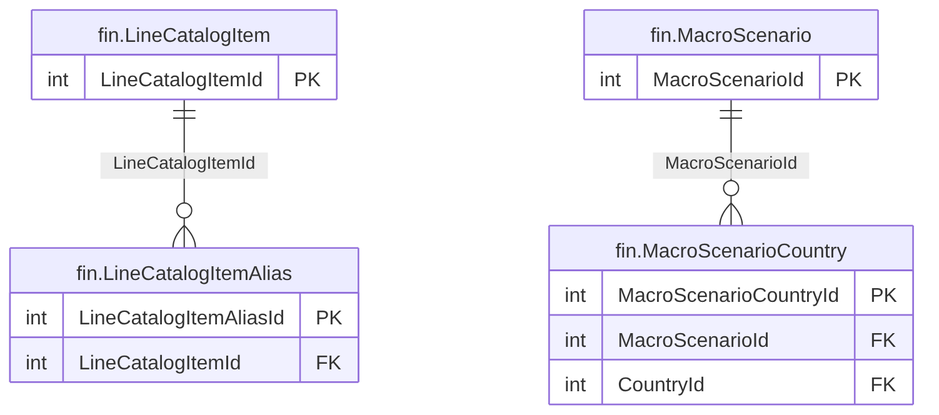
The Mermaid diagram treasury-platform/docs/diagrams/erd/m5_financials_8.png in thawrasy/smartlines, before a commit. Its source is kept beside it as treasury-platform/docs/diagrams/erd/m5_financials_8.mmd.
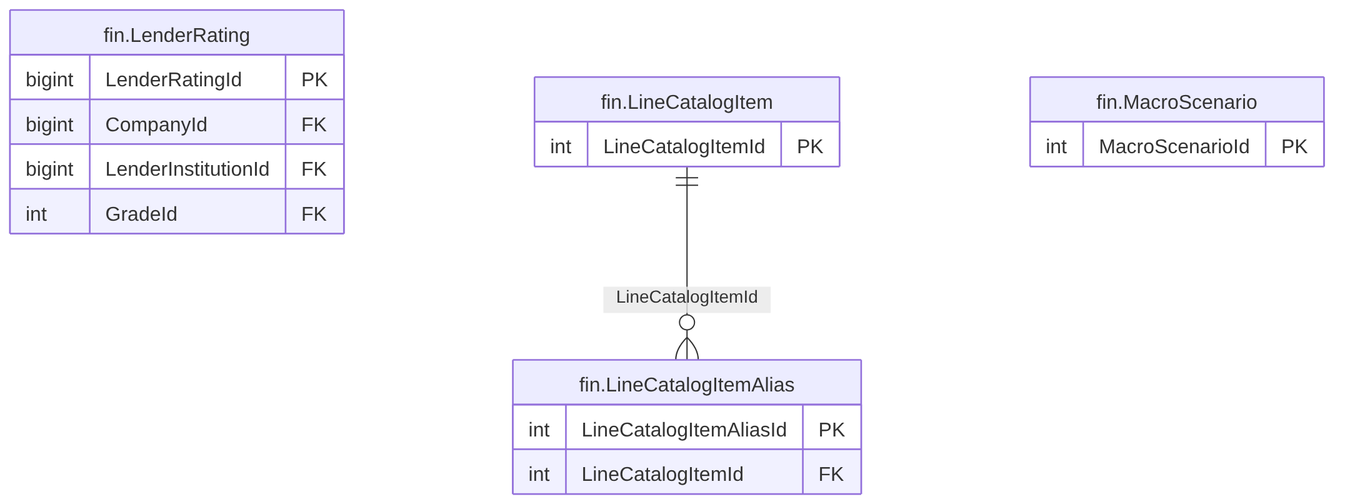
The same diagram one commit later.

What changed in the source:
```diff
@@ -1,4 +1,10 @@
 erDiagram
+  fin_LenderRating["fin.LenderRating"] {
+    bigint LenderRatingId PK
+    bigint CompanyId FK
+    bigint LenderInstitutionId FK
+    int GradeId FK
+  }
   fin_LineCatalogItem["fin.LineCatalogItem"] {
     int LineCatalogItemId PK
   }
@@ -9,10 +15,4 @@
   fin_MacroScenario["fin.MacroScenario"] {
     int MacroScenarioId PK
   }
-  fin_MacroScenarioCountry["fin.MacroScenarioCountry"] {
-    int MacroScenarioCountryId PK
-    int MacroScenarioId FK
-    int CountryId FK
-  }
   fin_LineCatalogItem ||--o{ fin_LineCatalogItemAlias : "LineCatalogItemId"
-  fin_MacroScenario ||--o{ fin_MacroScenarioCountry : "MacroScenarioId"
```
